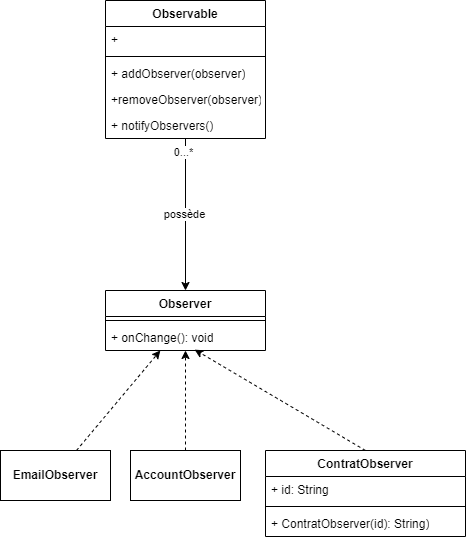
Above: docs/java/tp/img/uml_observer_lv1.png in Chocolaterie/documentation (draw.io), before the change. Source tidied: cells renumbered, new cells last; positions are measured from the earlier drawing's top-left corner, leaving out a move shared by most shapes.
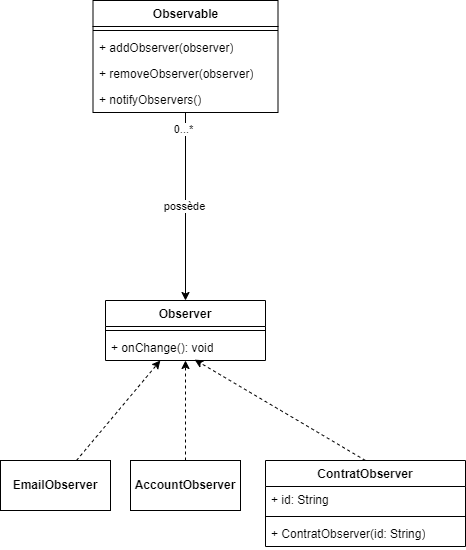
Above is the later version.

The edit, as a diff of the source:
```diff
@@ -29,7 +29,7 @@
     <mxCell id="10" style="line;strokeWidth=1;fillColor=none;align=left;verticalAlign=middle;spacingTop=-1;spacingLeft=3;spacingRight=3;labelPosition=right;strokeColor=inherit;" parent="8" vertex="1">
       <mxGeometry y="52" width="200" height="8" as="geometry" />
     </mxCell>
-    <mxCell id="11" value="+ ContratObserver(id): String)" style="text;strokeColor=none;fillColor=none;align=left;verticalAlign=top;spacingLeft=4;spacingRight=4;overflow=hidden;whiteSpace=wrap;html=1;" parent="8" vertex="1">
+    <mxCell id="11" value="+ ContratObserver(id: String)" style="text;strokeColor=none;fillColor=none;align=left;verticalAlign=top;spacingLeft=4;spacingRight=4;overflow=hidden;whiteSpace=wrap;html=1;" parent="8" vertex="1">
       <mxGeometry y="60" width="200" height="26" as="geometry" />
     </mxCell>
     <mxCell id="12" style="rounded=0;jettySize=auto;html=1;dashed=1;exitX=0.5;exitY=0;exitDx=0;exitDy=0;" parent="1" edge="1" source="7" target="4">
@@ -48,22 +48,19 @@
       <mxGeometry y="-1" relative="1" as="geometry" />
     </mxCell>
     <mxCell id="17" value="Observable" style="swimlane;fontStyle=1;align=center;verticalAlign=top;horizontal=1;startSize=26;whiteSpace=wrap;html=1;" parent="1" vertex="1">
-      <mxGeometry x="105" width="160" height="138" as="geometry" />
+      <mxGeometry x="92.5" y="-10" width="185" height="112" as="geometry" />
     </mxCell>
-    <mxCell id="18" value="+&amp;nbsp;" style="text;strokeColor=none;fillColor=none;align=left;verticalAlign=top;spacingLeft=4;spacingRight=4;overflow=hidden;whiteSpace=wrap;html=1;" parent="17" vertex="1">
-      <mxGeometry y="26" width="160" height="26" as="geometry" />
-    </mxCell>
     <mxCell id="19" style="line;strokeWidth=1;fillColor=none;align=left;verticalAlign=middle;spacingTop=-1;spacingLeft=3;spacingRight=3;labelPosition=right;strokeColor=inherit;" parent="17" vertex="1">
-      <mxGeometry y="52" width="160" height="8" as="geometry" />
+      <mxGeometry y="26" width="185" height="8" as="geometry" />
     </mxCell>
     <mxCell id="20" value="+ addObserver(observer)" style="text;strokeColor=none;fillColor=none;align=left;verticalAlign=top;spacingLeft=4;spacingRight=4;overflow=hidden;whiteSpace=wrap;html=1;" parent="17" vertex="1">
-      <mxGeometry y="60" width="160" height="26" as="geometry" />
+      <mxGeometry y="34" width="185" height="26" as="geometry" />
     </mxCell>
-    <mxCell id="21" value="+removeObserver(observer)" style="text;strokeColor=none;fillColor=none;align=left;verticalAlign=top;spacingLeft=4;spacingRight=4;overflow=hidden;whiteSpace=wrap;html=1;" parent="17" vertex="1">
-      <mxGeometry y="86" width="160" height="26" as="geometry" />
+    <mxCell id="21" value="+ removeObserver(observer)" style="text;strokeColor=none;fillColor=none;align=left;verticalAlign=top;spacingLeft=4;spacingRight=4;overflow=hidden;whiteSpace=wrap;html=1;" parent="17" vertex="1">
+      <mxGeometry y="60" width="185" height="26" as="geometry" />
     </mxCell>
     <mxCell id="22" value="+ notifyObservers()" style="text;strokeColor=none;fillColor=none;align=left;verticalAlign=top;spacingLeft=4;spacingRight=4;overflow=hidden;whiteSpace=wrap;html=1;" parent="17" vertex="1">
-      <mxGeometry y="112" width="160" height="26" as="geometry" />
+      <mxGeometry y="86" width="185" height="26" as="geometry" />
     </mxCell>
   </root>
 </mxGraphModel>
```
